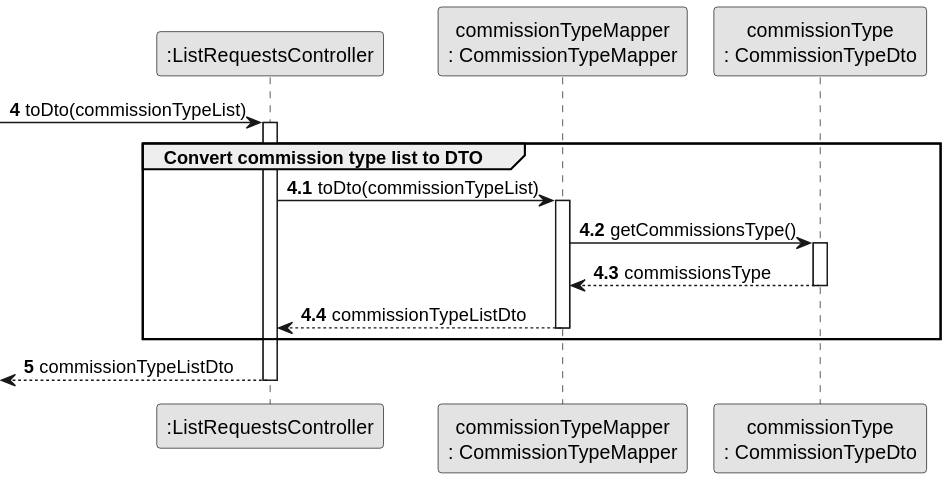
Earlier version of the PlantUML export docs/sprintC/us008/03.design/svg/us008-sequence-diagram-partial-convert-commission-type-list-to-DTO.svg (rita-barbosa/LAPR2-2223).
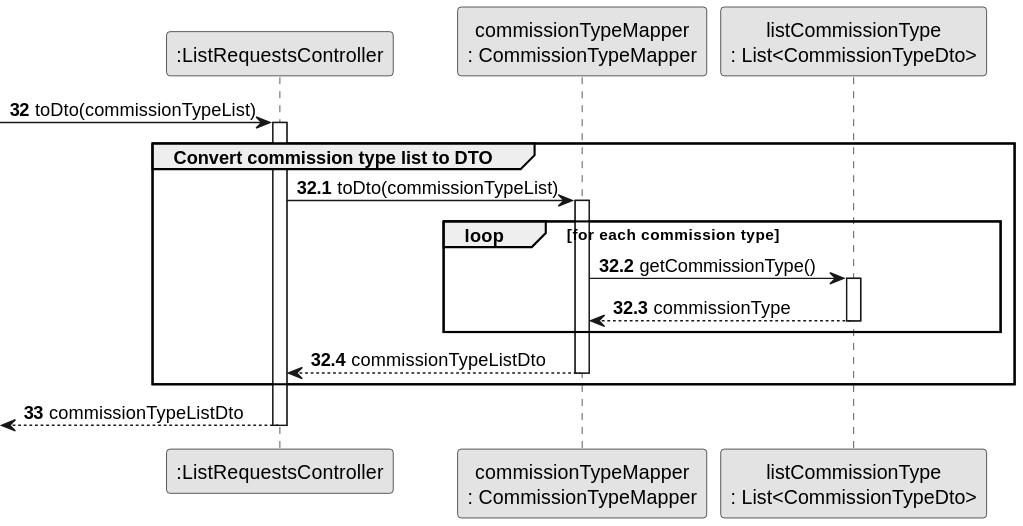
Later version of the same file.

Diff of the diagram source:
```diff
@@ -6,31 +6,36 @@
 
 participant ":ListRequestsController" as CTRL
 participant "commissionTypeMapper\n: CommissionTypeMapper" as ComTypeMapper
-participant "commissionType\n: CommissionTypeDto" as ComType
+participant "listCommissionType\n: List<CommissionTypeDto>" as ComType
 
-autonumber 4
+autonumber 32
     -> CTRL: toDto(commissionTypeList)
     activate CTRL
 
 group Convert commission type list to DTO
 
-autonumber 4.1
+autonumber 32.1
+
+
     CTRL -> ComTypeMapper : toDto(commissionTypeList)
     activate ComTypeMapper
 
 
-    ComTypeMapper -> ComType : getCommissionsType()
+ loop for each commission type
+
+    ComTypeMapper -> ComType : getCommissionType()
     activate ComType
 
-    ComType --> ComTypeMapper : commissionsType
+    ComType --> ComTypeMapper : commissionType
     deactivate ComType
 
-
+end loop
     ComTypeMapper --> CTRL : commissionTypeListDto
     deactivate ComTypeMapper
 
+
 end group
-autonumber 5
+autonumber 33
      <-- CTRL: commissionTypeListDto
      deactivate CTRL
 @enduml
```
